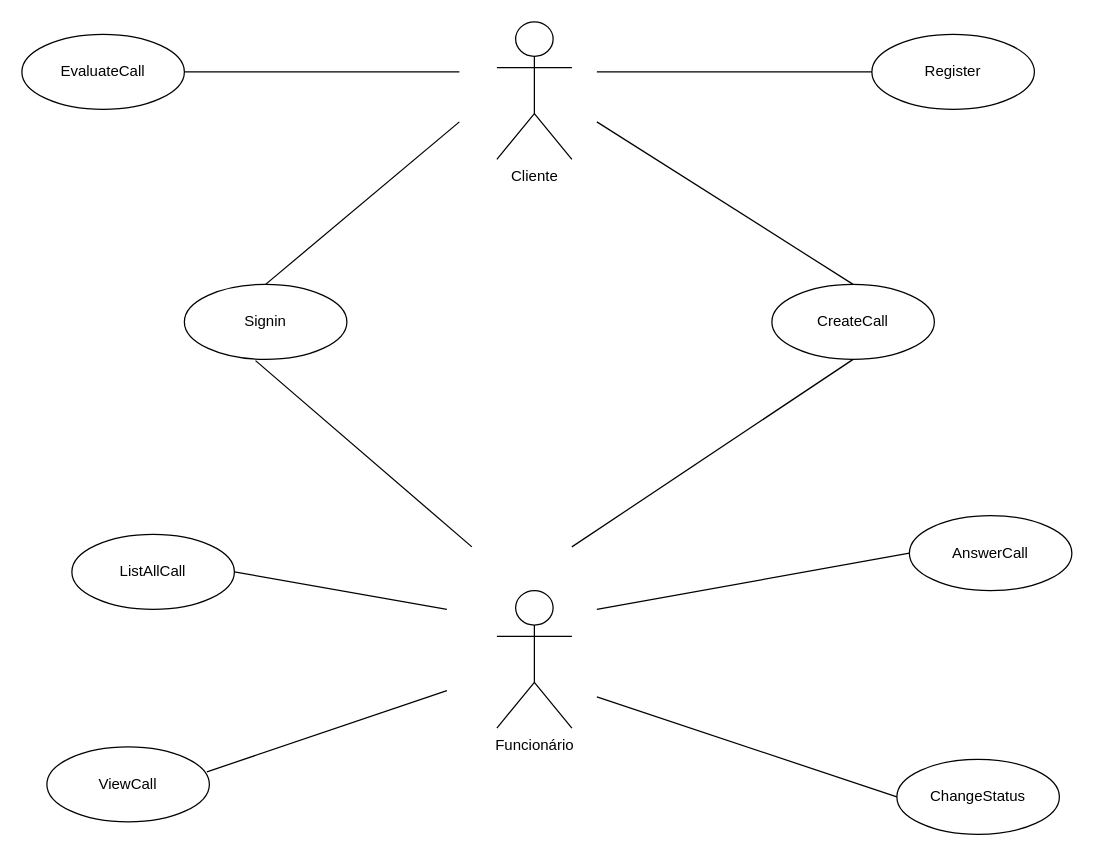
danielbarbozadasilva/Api-CRM-Ticket-System keeps this draw.io diagram as docs/diagrama_de_casos_de_uso.drawio. Above is the earlier version. Source tidied: cells renumbered, new cells numbered last; positions are measured from the earlier drawing's top-left corner, leaving out a move shared by most shapes. Both pictures are drawn from the tidied source at 125%, with x=0, y=0 at pixel (21, 21).
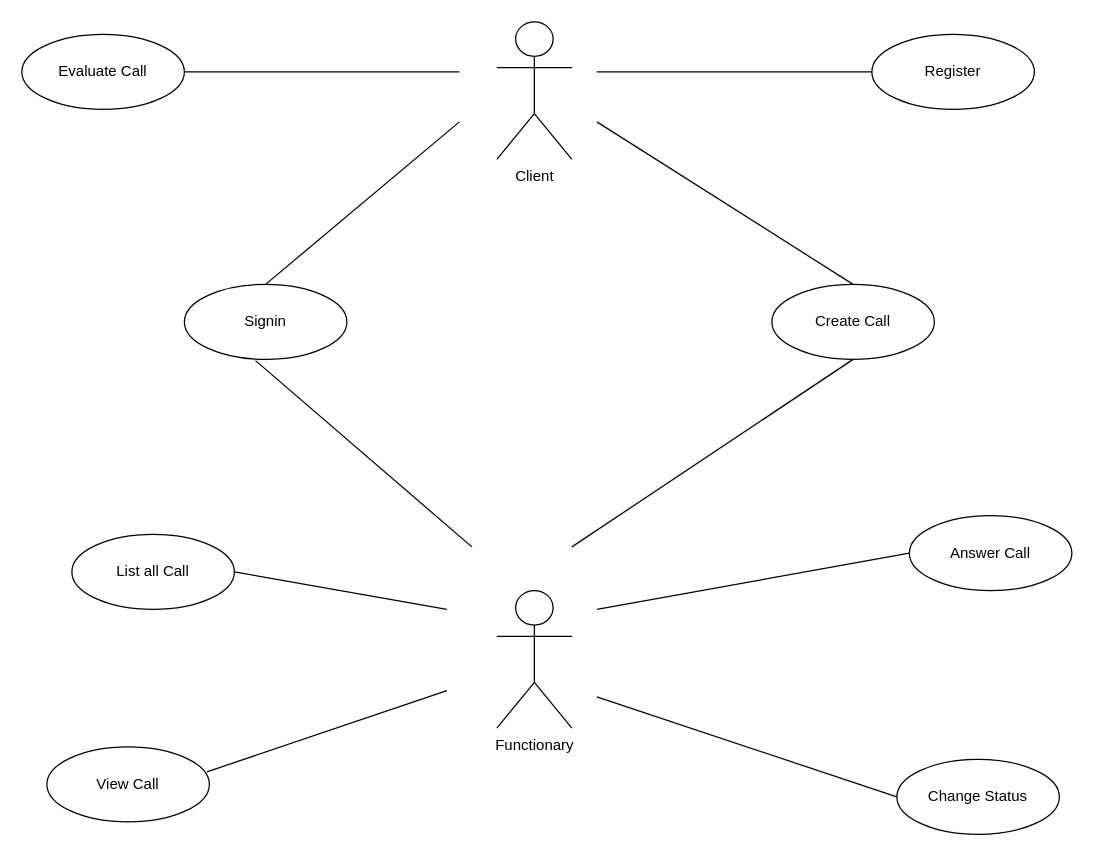
The same diagram, later.

Commit message (it also covers changes not shown here):
docs: update use case diagram

Change to the diagram source:
```diff
@@
-    <mxCell id="2" value="Funcionário" style="shape=umlActor;verticalLabelPosition=bottom;verticalAlign=top;html=1;" parent="1" vertex="1">
+    <mxCell id="2" value="Functionary" style="shape=umlActor;verticalLabelPosition=bottom;verticalAlign=top;html=1;" parent="1" vertex="1">
       <mxGeometry x="380" y="455" width="60" height="110" as="geometry" />
     </mxCell>
-    <mxCell id="3" value="Cliente&lt;br&gt;" style="shape=umlActor;verticalLabelPosition=bottom;verticalAlign=top;html=1;" parent="1" vertex="1">
+    <mxCell id="3" value="Client" style="shape=umlActor;verticalLabelPosition=bottom;verticalAlign=top;html=1;" parent="1" vertex="1">
       <mxGeometry x="380" width="60" height="110" as="geometry" />
     </mxCell>
@@
-    <mxCell id="5" value="AnswerCall" style="ellipse;whiteSpace=wrap;html=1;" parent="1" vertex="1">
+    <mxCell id="5" value="Answer Call" style="ellipse;whiteSpace=wrap;html=1;" parent="1" vertex="1">
       <mxGeometry x="710" y="395" width="130" height="60" as="geometry" />
     </mxCell>
-    <mxCell id="6" value="CreateCall" style="ellipse;whiteSpace=wrap;html=1;" parent="1" vertex="1">
+    <mxCell id="6" value="Create Call" style="ellipse;whiteSpace=wrap;html=1;" parent="1" vertex="1">
       <mxGeometry x="600" y="210" width="130" height="60" as="geometry" />
     </mxCell>
@@
-    <mxCell id="9" value="ChangeStatus" style="ellipse;whiteSpace=wrap;html=1;" parent="1" vertex="1">
+    <mxCell id="9" value="Change Status" style="ellipse;whiteSpace=wrap;html=1;" parent="1" vertex="1">
       <mxGeometry x="700" y="590" width="130" height="60" as="geometry" />
     </mxCell>
-    <mxCell id="10" value="ListAllCall" style="ellipse;whiteSpace=wrap;html=1;" parent="1" vertex="1">
+    <mxCell id="10" value="List all Call" style="ellipse;whiteSpace=wrap;html=1;" parent="1" vertex="1">
       <mxGeometry x="40" y="410" width="130" height="60" as="geometry" />
     </mxCell>
-    <mxCell id="11" value="ViewCall" style="ellipse;whiteSpace=wrap;html=1;" parent="1" vertex="1">
+    <mxCell id="11" value="View Call" style="ellipse;whiteSpace=wrap;html=1;" parent="1" vertex="1">
       <mxGeometry x="20" y="580" width="130" height="60" as="geometry" />
     </mxCell>
@@
-    <mxCell id="20" value="EvaluateCall" style="ellipse;whiteSpace=wrap;html=1;" parent="1" vertex="1">
+    <mxCell id="20" value="Evaluate Call" style="ellipse;whiteSpace=wrap;html=1;" parent="1" vertex="1">
       <mxGeometry y="10" width="130" height="60" as="geometry" />
     </mxCell>
```
